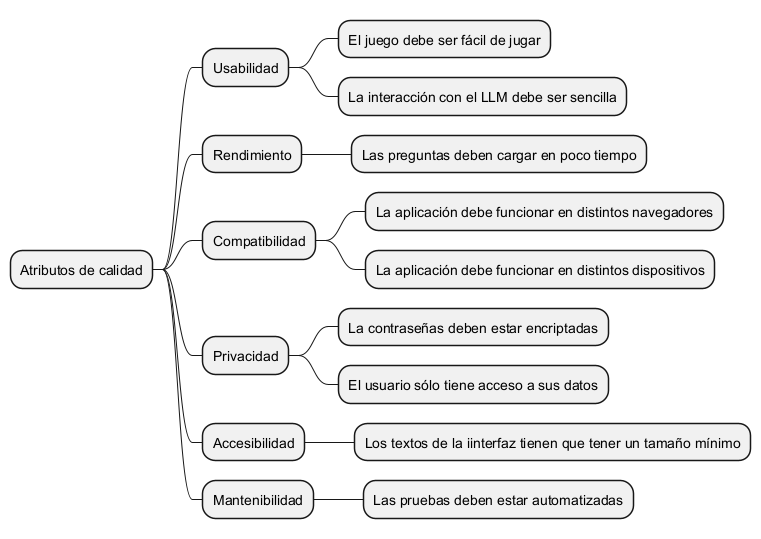
Before: images/árbol de calidad.png, a diagram exported from PlantUML (Arquisoft/wichat_es5b). Its diagram source:
```plantuml
@startmindmap
+ Atributos de calidad
++ Usabilidad
+++ El juego debe ser fácil de jugar
+++ La interacción con el LLM debe ser sencilla
++ Rendimiento
+++ Las preguntas deben cargar en poco tiempo
++ Compatibilidad
+++ La aplicación debe funcionar en distintos navegadores
+++ La aplicación debe funcionar en distintos dispositivos
++ Privacidad
+++ La contraseñas deben estar encriptadas
+++ El usuario sólo tiene acceso a sus datos
++ Accesibilidad
+++ Los textos de la iinterfaz tienen que tener un tamaño mínimo
++ Mantenibilidad
+++ Las pruebas deben estar automatizadas
@endmindmap
```
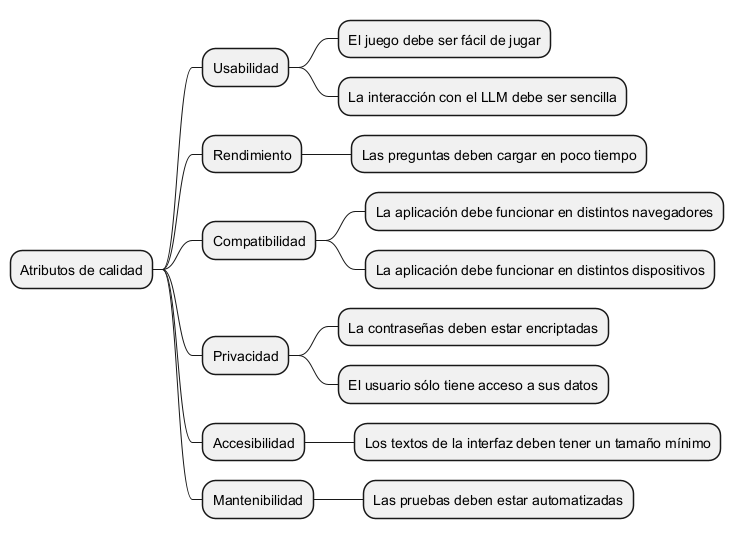
After the change.

Diff of the diagram source:
```diff
@@ -12,7 +12,7 @@
 +++ La contraseñas deben estar encriptadas
 +++ El usuario sólo tiene acceso a sus datos
 ++ Accesibilidad
-+++ Los textos de la iinterfaz tienen que tener un tamaño mínimo
++++ Los textos de la interfaz deben tener un tamaño mínimo
 ++ Mantenibilidad
 +++ Las pruebas deben estar automatizadas
 @endmindmap
```
